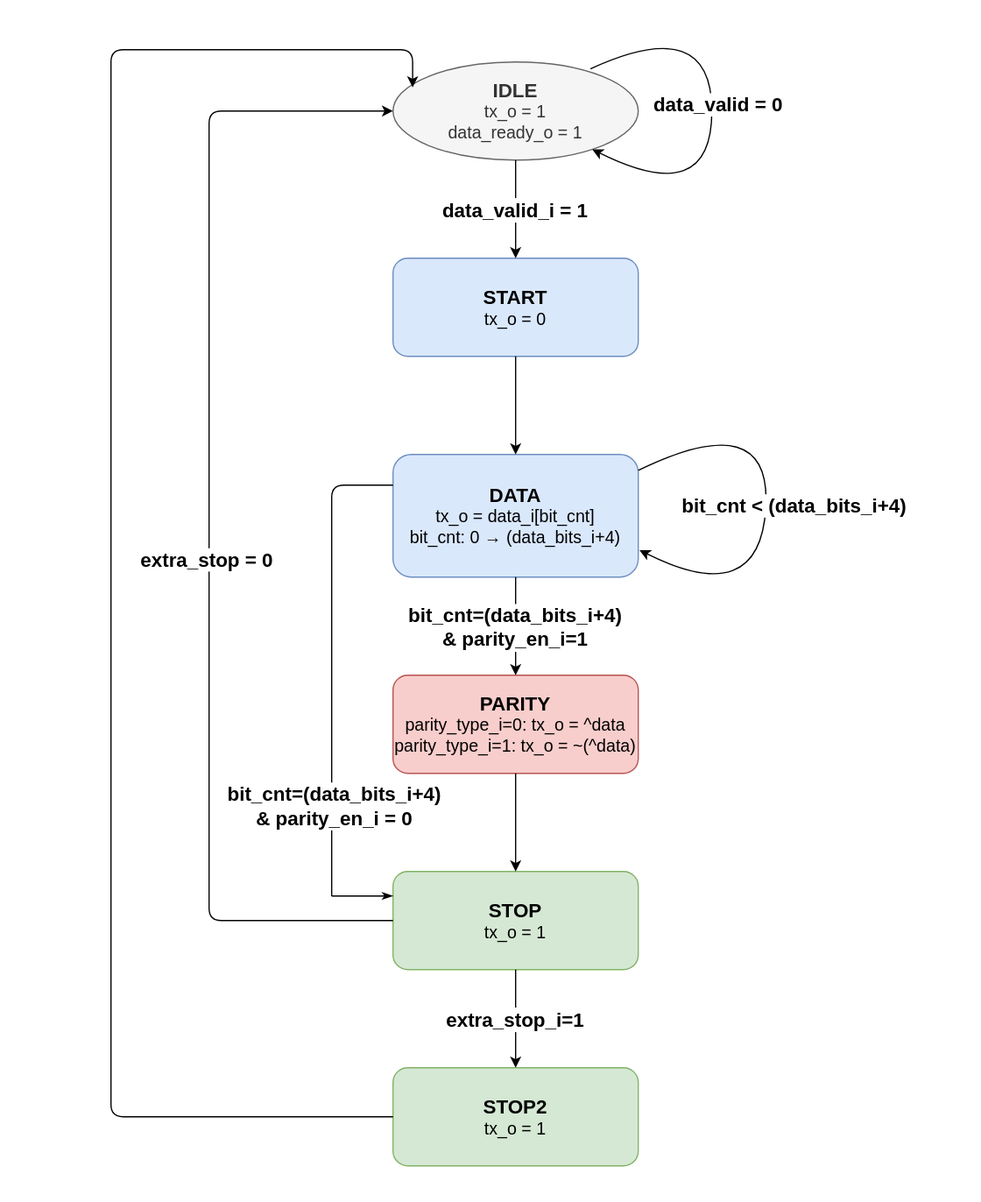
Above: document/uart_tx_fsm.drawio.svg in ADN-VLSI/SC-SoC (draw.io), before the change. Source tidied: cells renumbered, new cells last; positions are measured from the earlier drawing's top-left corner, leaving out a move shared by most shapes.
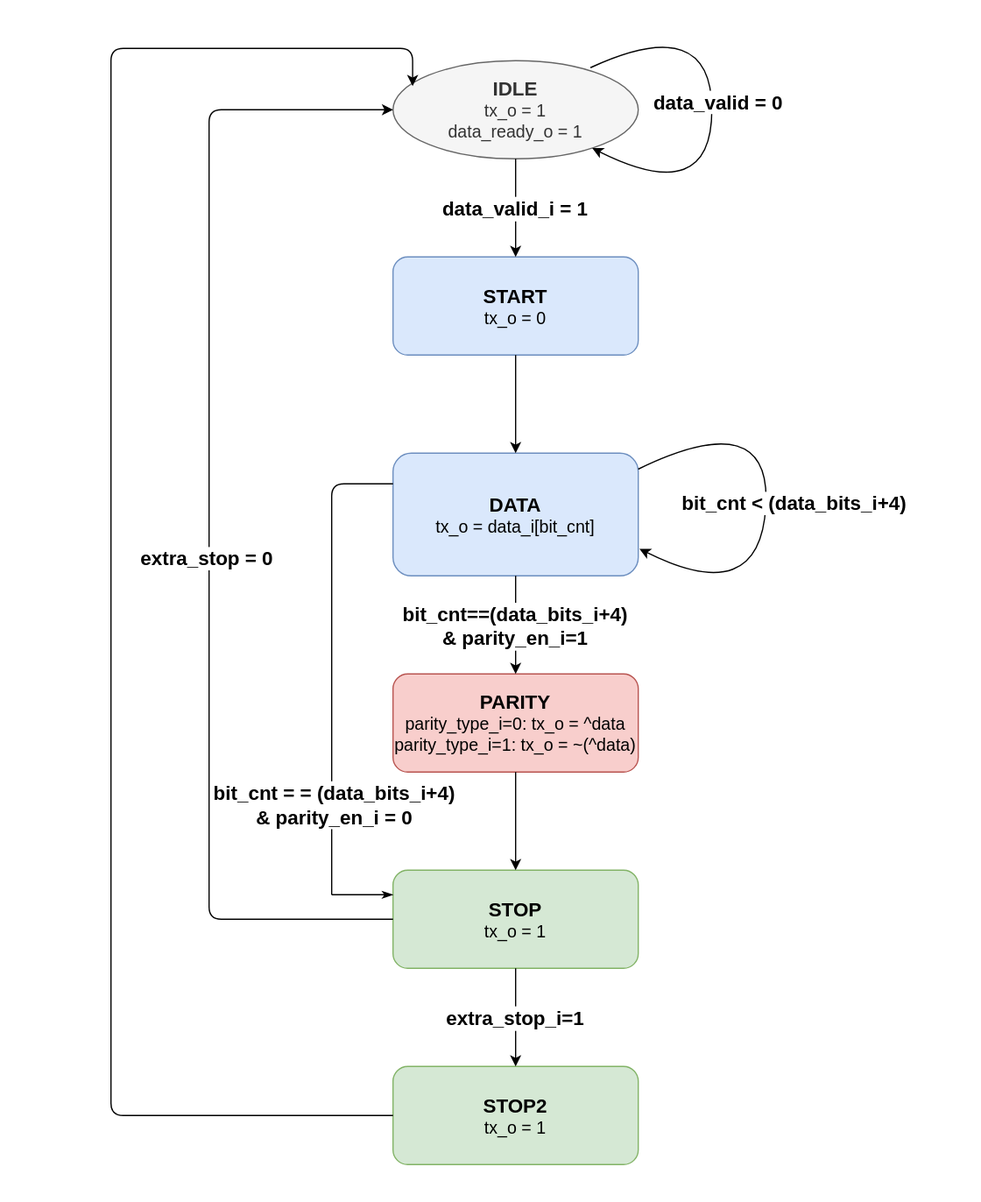
After the commit.

Diff of the diagram source:
```diff
@@ -11,7 +11,7 @@
     <mxCell id="4" value="&lt;font style=&quot;&quot;&gt;&lt;b style=&quot;font-size: 16px;&quot;&gt;&lt;font style=&quot;&quot;&gt;START&lt;/font&gt;&lt;/b&gt;&lt;br&gt;&lt;font style=&quot;font-size: 14px;&quot;&gt;tx_o = 0&lt;/font&gt;&lt;/font&gt;" style="rounded=1;whiteSpace=wrap;html=1;fillColor=#dae8fc;strokeColor=#6c8ebf;fontSize=13;" parent="1" vertex="1">
       <mxGeometry x="320" y="210" width="200" height="80" as="geometry" />
     </mxCell>
-    <mxCell id="5" value="&lt;font style=&quot;&quot;&gt;&lt;b style=&quot;font-size: 16px;&quot;&gt;&lt;font style=&quot;&quot;&gt;DATA&lt;/font&gt;&lt;/b&gt;&lt;br&gt;&lt;font style=&quot;font-size: 14px;&quot;&gt;tx_o = data_i[bit_cnt]&lt;br&gt;&lt;/font&gt;&lt;font style=&quot;font-size: 14px;&quot;&gt;bit_cnt: 0 → (data_bits_i+4)&lt;/font&gt;&lt;/font&gt;" style="rounded=1;whiteSpace=wrap;html=1;fillColor=#dae8fc;strokeColor=#6c8ebf;fontSize=13;" parent="1" vertex="1">
+    <mxCell id="5" value="&lt;font style=&quot;&quot;&gt;&lt;b style=&quot;font-size: 16px;&quot;&gt;&lt;font style=&quot;&quot;&gt;DATA&lt;/font&gt;&lt;/b&gt;&lt;br&gt;&lt;font style=&quot;font-size: 14px;&quot;&gt;tx_o = data_i[bit_cnt]&lt;/font&gt;&lt;br&gt;&lt;/font&gt;" style="rounded=1;whiteSpace=wrap;html=1;fillColor=#dae8fc;strokeColor=#6c8ebf;fontSize=13;" parent="1" vertex="1">
       <mxGeometry x="320" y="370" width="200" height="100" as="geometry" />
     </mxCell>
     <mxCell id="6" value="&lt;font style=&quot;&quot;&gt;&lt;b style=&quot;font-size: 16px;&quot;&gt;&lt;font style=&quot;&quot;&gt;PARITY&lt;/font&gt;&lt;/b&gt;&lt;br&gt;&lt;font style=&quot;font-size: 14px;&quot;&gt;parity_type_i=0: tx_o = ^data&lt;br&gt;&lt;/font&gt;&lt;font style=&quot;font-size: 14px;&quot;&gt;parity_type_i=1: tx_o = ~(^data)&lt;/font&gt;&lt;/font&gt;" style="rounded=1;whiteSpace=wrap;html=1;fillColor=#f8cecc;strokeColor=#b85450;fontSize=13;" parent="1" vertex="1">
@@ -29,14 +29,19 @@
     <mxCell id="10" style="edgeStyle=orthogonalEdgeStyle;fontSize=12;" parent="1" edge="1" source="4" target="5">
       <mxGeometry relative="1" as="geometry" />
     </mxCell>
-    <mxCell id="11" value="bit_cnt=(data_bits_i+4) &#10;&amp; parity_en_i=1" style="edgeStyle=orthogonalEdgeStyle;fontSize=16;fontStyle=1;" parent="1" edge="1" source="5" target="6">
+    <mxCell id="11" value="bit_cnt==(data_bits_i+4) &#10;&amp; parity_en_i=1" style="edgeStyle=orthogonalEdgeStyle;fontSize=16;fontStyle=1;" parent="1" edge="1" source="5" target="6">
       <mxGeometry relative="1" as="geometry" />
     </mxCell>
     <mxCell id="12" style="edgeStyle=orthogonalEdgeStyle;fontSize=12;" parent="1" edge="1" source="6" target="7">
       <mxGeometry relative="1" as="geometry" />
     </mxCell>
     <mxCell id="13" value="extra_stop_i=1" style="edgeStyle=orthogonalEdgeStyle;fontSize=16;fontStyle=1;" parent="1" edge="1" source="7" target="8">
-      <mxGeometry relative="1" as="geometry" />
+      <mxGeometry relative="1" as="geometry">
+        <Array as="points">
+          <mxPoint x="420" y="800" />
+          <mxPoint x="420" y="800" />
+        </Array>
+      </mxGeometry>
     </mxCell>
     <mxCell id="14" style="endArrow=classic;html=1;curved=1;exitX=0.805;exitY=0.071;exitDx=0;exitDy=0;exitPerimeter=0;elbow=vertical;rounded=0;" parent="1" edge="1" source="3" target="3">
       <mxGeometry relative="1" as="geometry">
@@ -71,7 +76,7 @@
         </Array>
       </mxGeometry>
     </mxCell>
-    <mxCell id="19" value="&lt;span style=&quot;color: rgb(0, 0, 0); font-size: 16px; font-weight: 700;&quot;&gt;bit_cnt=(data_bits_i+4)&amp;nbsp;&lt;/span&gt;&lt;br style=&quot;color: rgb(63, 63, 63); scrollbar-color: rgb(226, 226, 226) rgb(251, 251, 251); padding: 0px; margin: 0px; font-size: 16px; font-weight: 700;&quot;&gt;&lt;span style=&quot;color: rgb(0, 0, 0); font-size: 16px; font-weight: 700;&quot;&gt;&amp;amp; parity_en_i = 0&lt;/span&gt;" style="edgeLabel;html=1;align=center;verticalAlign=middle;" parent="18" vertex="1">
+    <mxCell id="19" value="&lt;span style=&quot;color: rgb(0, 0, 0); font-size: 16px; font-weight: 700;&quot;&gt;bit_cnt =&lt;/span&gt;&lt;span style=&quot;font-size: 16px; font-weight: 700; background-color: light-dark(#ffffff, var(--ge-dark-color, #121212));&quot;&gt;= (data_bits_i+4)&amp;nbsp;&lt;/span&gt;&lt;div&gt;&lt;span style=&quot;color: rgb(0, 0, 0); font-size: 16px; font-weight: 700;&quot;&gt;&amp;amp; parity_en_i = 0&lt;/span&gt;&lt;/div&gt;" style="edgeLabel;html=1;align=center;verticalAlign=middle;" parent="18" vertex="1">
       <mxGeometry x="0.17" y="12" relative="1" as="geometry">
         <mxPoint x="-11" y="87" as="offset" />
       </mxGeometry>
```
